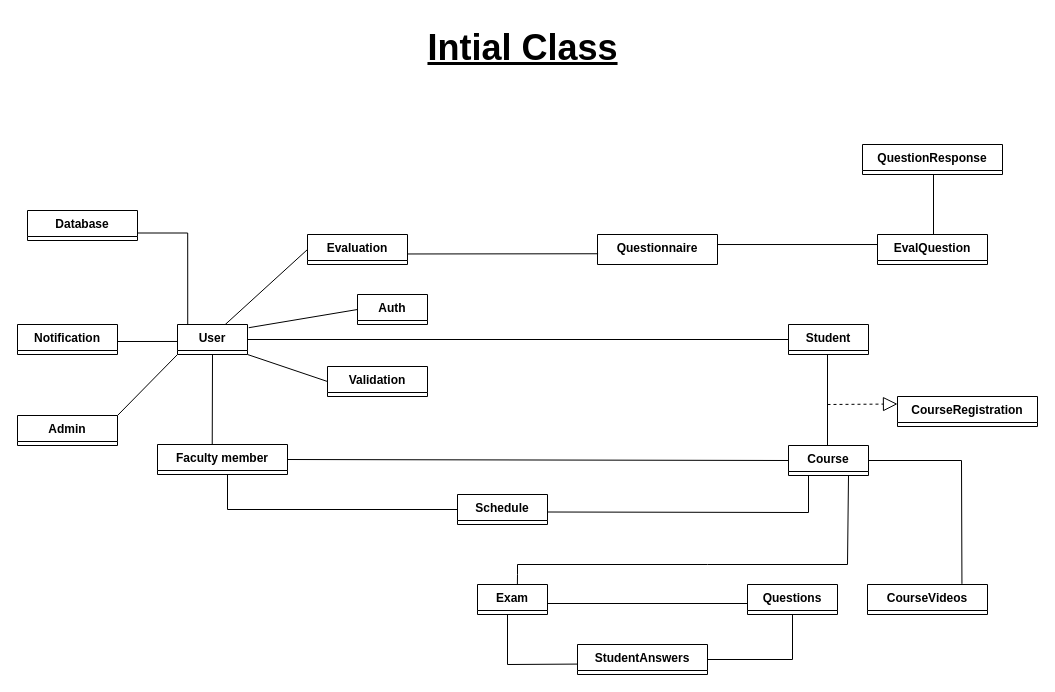
This is page "IntialClass" (1 of 3) of Diagrams/ClassDiagram.drawio from Youssefmohamed430/Learning-Management-System, a draw.io file, before an edit. Source tidied: cells renumbered, new cells numbered last; positions are measured from the earlier drawing's top-left corner, leaving out a move shared by most shapes. Both pictures are drawn from the tidied source at 100%, with x=0, y=0 at pixel (17, 17).
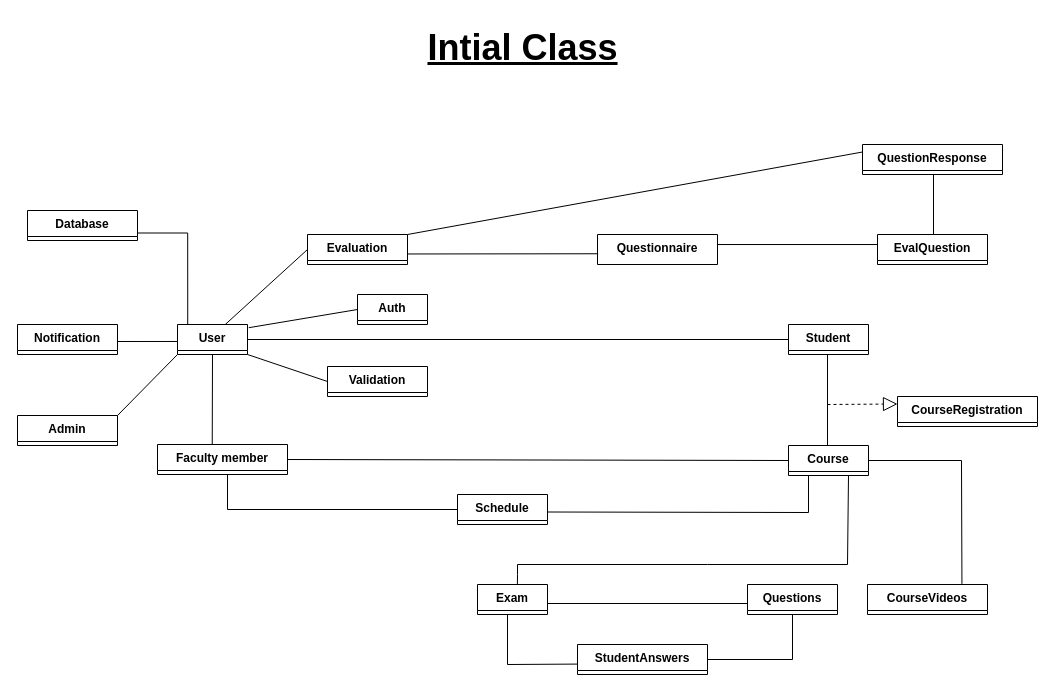
The same diagram, later.

The change refers to these unchanged cells:
```xml
<mxCell id="13" value="Evaluation" style="swimlane;fontStyle=1;align=center;verticalAlign=top;horizontal=1;startSize=26;whiteSpace=wrap;html=1;" parent="1" vertex="1" collapsed="1">
  <mxGeometry x="290" y="217" width="100" height="30" as="geometry" />
</mxCell>
<mxCell id="16" value="QuestionResponse" style="swimlane;fontStyle=1;align=center;verticalAlign=top;horizontal=1;startSize=26;whiteSpace=wrap;html=1;" parent="1" vertex="1" collapsed="1">
  <mxGeometry x="845" y="127" width="140" height="30" as="geometry" />
</mxCell>
```

What changed in the source:
```diff
@@
+    <mxCell id="43" style="endArrow=none;html=1;rounded=0;exitX=1;exitY=0;exitDx=0;exitDy=0;entryX=0;entryY=0.25;entryDx=0;entryDy=0;" parent="1" edge="1" source="13" target="16">
+      <mxGeometry relative="1" as="geometry" />
+    </mxCell>
```
